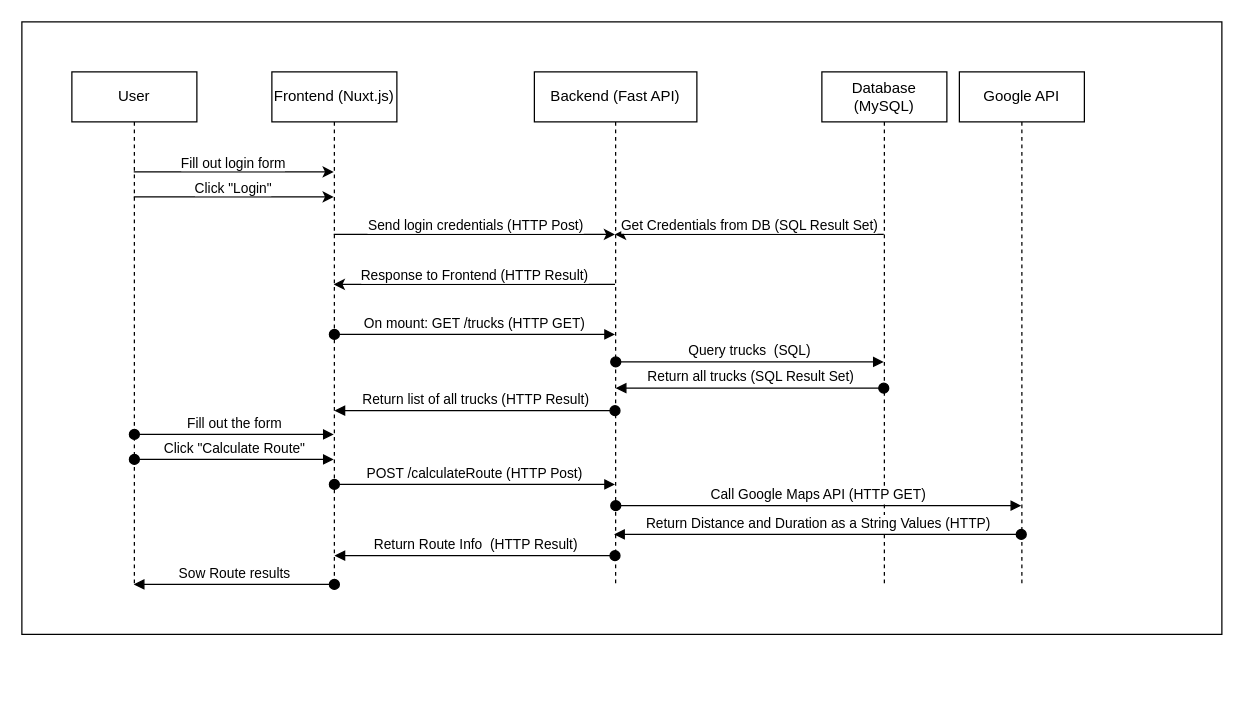
This is Orga/uml/uml.drawio from Cyph0rW4ve/road-runner, a draw.io file, before an edit. Source tidied: cells renumbered, new cells numbered last; positions are measured from the earlier drawing's top-left corner, leaving out a move shared by most shapes. Both pictures are drawn from the tidied source at 125%, with x=0, y=0 at pixel (21, 21).
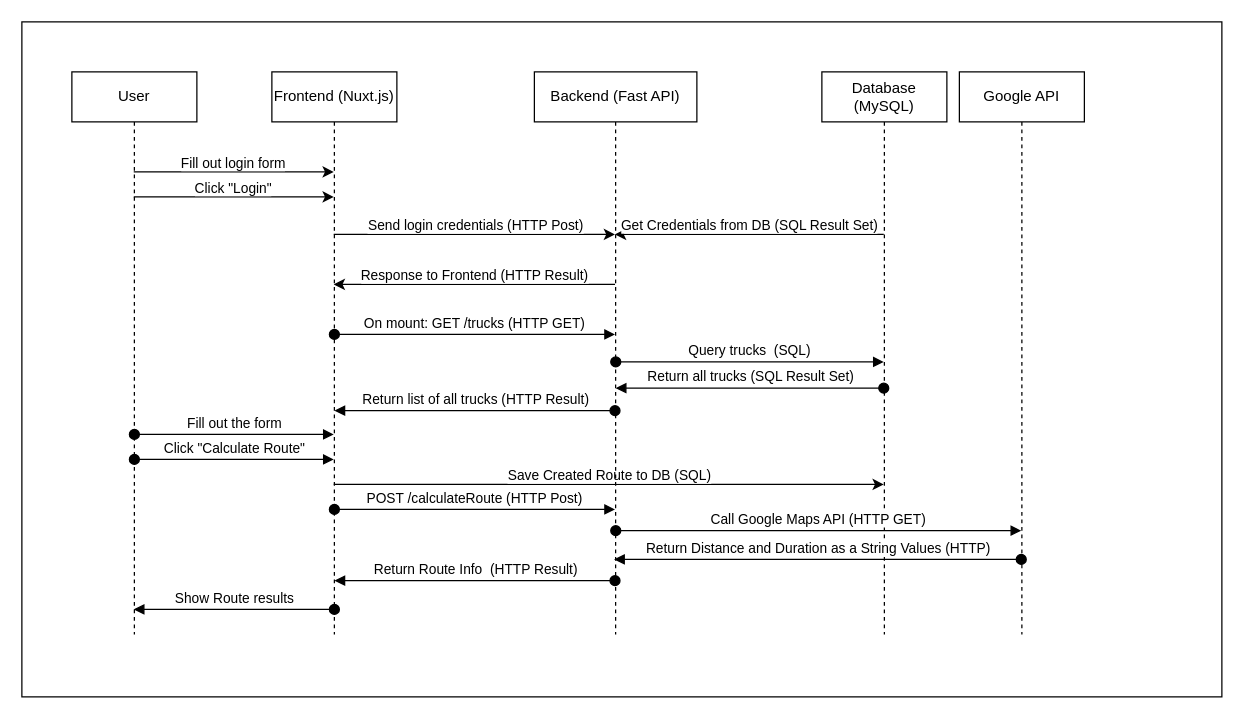
After the change.

Commit message (it also covers changes not shown here):
updated sequence diagramm

Change to the diagram source:
```diff
@@
     <mxCell id="2" style="rounded=0;whiteSpace=wrap;html=1;" parent="1" vertex="1">
-      <mxGeometry width="960" height="490" as="geometry" />
+      <mxGeometry width="960" height="540" as="geometry" />
     </mxCell>
@@
     <mxCell id="7" value="User" style="shape=umlLifeline;perimeter=lifelinePerimeter;whiteSpace=wrap;html=1;outlineConnect=0;portConstraint=eastwest;newEdgeStyle={&quot;curved&quot;:0,&quot;rounded&quot;:0};" parent="1" vertex="1">
-      <mxGeometry x="40" y="40" width="100" height="410" as="geometry" />
+      <mxGeometry x="40" y="40" width="100" height="450" as="geometry" />
     </mxCell>
@@
+    <mxCell id="29" style="edgeStyle=orthogonalEdgeStyle;rounded=0;jettySize=auto;html=1;curved=0;" parent="1" edge="1" source="10" target="16">
+      <mxGeometry relative="1" as="geometry">
+        <Array as="points">
+          <mxPoint x="450" y="370" />
+          <mxPoint x="450" y="370" />
+        </Array>
+      </mxGeometry>
+    </mxCell>
+    <mxCell id="30" value="Save Created Route to DB (SQL)" style="edgeLabel;html=1;align=center;verticalAlign=middle;" parent="29" vertex="1">
+      <mxGeometry relative="1" as="geometry">
+        <mxPoint y="-8" as="offset" />
+      </mxGeometry>
+    </mxCell>
     <mxCell id="10" value="Frontend (Nuxt.js)" style="shape=umlLifeline;perimeter=lifelinePerimeter;whiteSpace=wrap;html=1;outlineConnect=0;portConstraint=eastwest;newEdgeStyle={&quot;curved&quot;:0,&quot;rounded&quot;:0};" parent="1" vertex="1">
-      <mxGeometry x="200" y="40" width="100" height="410" as="geometry" />
+      <mxGeometry x="200" y="40" width="100" height="450" as="geometry" />
     </mxCell>
@@
     <mxCell id="13" value="Backend (Fast API)" style="shape=umlLifeline;perimeter=lifelinePerimeter;whiteSpace=wrap;html=1;outlineConnect=0;portConstraint=eastwest;newEdgeStyle={&quot;curved&quot;:0,&quot;rounded&quot;:0};" parent="1" vertex="1">
-      <mxGeometry x="410" y="40" width="130" height="410" as="geometry" />
+      <mxGeometry x="410" y="40" width="130" height="450" as="geometry" />
     </mxCell>
@@
     <mxCell id="16" value="Database (MySQL)" style="shape=umlLifeline;perimeter=lifelinePerimeter;whiteSpace=wrap;html=1;outlineConnect=0;portConstraint=eastwest;newEdgeStyle={&quot;curved&quot;:0,&quot;rounded&quot;:0};" parent="1" vertex="1">
-      <mxGeometry x="640" y="40" width="100" height="410" as="geometry" />
+      <mxGeometry x="640" y="40" width="100" height="450" as="geometry" />
     </mxCell>
     <mxCell id="17" value="Google API" style="shape=umlLifeline;perimeter=lifelinePerimeter;whiteSpace=wrap;html=1;outlineConnect=0;portConstraint=eastwest;newEdgeStyle={&quot;curved&quot;:0,&quot;rounded&quot;:0};" parent="1" vertex="1">
-      <mxGeometry x="750" y="40" width="100" height="410" as="geometry" />
+      <mxGeometry x="750" y="40" width="100" height="450" as="geometry" />
     </mxCell>
@@
-    <mxCell id="24" value="POST /calculateRoute (HTTP Post)" style="html=1;verticalAlign=bottom;startArrow=oval;startFill=1;endArrow=block;startSize=8;curved=0;rounded=0;" parent="1" edge="1" target="13">
+    <mxCell id="24" value="POST /calculateRoute (HTTP Post)" style="html=1;verticalAlign=bottom;startArrow=oval;startFill=1;endArrow=block;startSize=8;curved=0;rounded=0;" parent="1" edge="1">
       <mxGeometry relative="1" as="geometry">
-        <mxPoint x="250" y="370" as="sourcePoint" />
+        <mxPoint x="250" y="390" as="sourcePoint" />
+        <mxPoint x="474.5" y="390" as="targetPoint" />
       </mxGeometry>
     </mxCell>
     <mxCell id="25" value="Call Google Maps API (HTTP GET)" style="html=1;verticalAlign=bottom;startArrow=oval;startFill=1;endArrow=block;startSize=8;curved=0;rounded=0;" parent="1" edge="1">
       <mxGeometry relative="1" as="geometry">
-        <mxPoint x="475.1" y="387" as="sourcePoint" />
-        <mxPoint x="799.5" y="387" as="targetPoint" />
+        <mxPoint x="475.1" y="407" as="sourcePoint" />
+        <mxPoint x="799.5" y="407" as="targetPoint" />
       </mxGeometry>
     </mxCell>
-    <mxCell id="26" value="Return Distance and Duration as a String Values (HTTP)" style="html=1;verticalAlign=bottom;startArrow=oval;startFill=1;endArrow=block;startSize=8;curved=0;rounded=0;" parent="1" edge="1" source="17">
+    <mxCell id="26" value="Return Distance and Duration as a String Values (HTTP)" style="html=1;verticalAlign=bottom;startArrow=oval;startFill=1;endArrow=block;startSize=8;curved=0;rounded=0;" parent="1" edge="1">
       <mxGeometry relative="1" as="geometry">
-        <mxPoint x="473.8" y="410" as="targetPoint" />
+        <mxPoint x="799.5" y="430" as="sourcePoint" />
+        <mxPoint x="473.8" y="430" as="targetPoint" />
       </mxGeometry>
     </mxCell>
     <mxCell id="27" value="Return Route Info&amp;nbsp; (HTTP Result)" style="html=1;verticalAlign=bottom;startArrow=oval;startFill=1;endArrow=block;startSize=8;curved=0;rounded=0;" parent="1" edge="1">
       <mxGeometry relative="1" as="geometry">
-        <mxPoint x="474.5" y="427" as="sourcePoint" />
-        <mxPoint x="250.1" y="427" as="targetPoint" />
+        <mxPoint x="474.5" y="447" as="sourcePoint" />
+        <mxPoint x="250.1" y="447" as="targetPoint" />
       </mxGeometry>
     </mxCell>
-    <mxCell id="28" value="Sow Route results" style="html=1;verticalAlign=bottom;startArrow=oval;startFill=1;endArrow=block;startSize=8;curved=0;rounded=0;" parent="1" edge="1" target="7">
+    <mxCell id="28" value="Show Route results" style="html=1;verticalAlign=bottom;startArrow=oval;startFill=1;endArrow=block;startSize=8;curved=0;rounded=0;" parent="1" edge="1">
       <mxGeometry relative="1" as="geometry">
-        <mxPoint x="250" y="450" as="sourcePoint" />
+        <mxPoint x="250" y="470" as="sourcePoint" />
+        <mxPoint x="89.5" y="470" as="targetPoint" />
       </mxGeometry>
     </mxCell>
```
